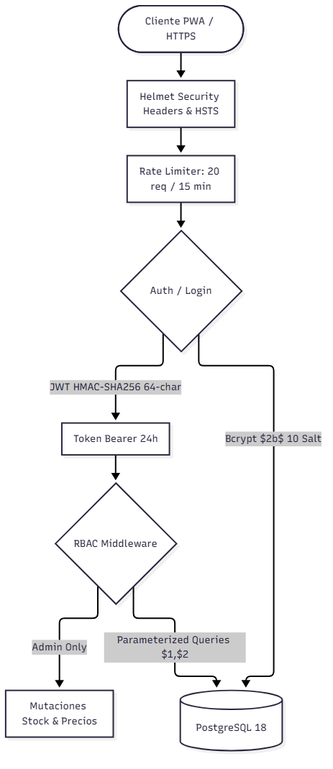
The Mermaid diagram docs/gestion_academica/presentaciones/assets/security_owasp.png in Leofit-Solutions-Grupo01/leofit-pedidos-sistema, before a commit. Its source is kept beside it as docs/gestion_academica/presentaciones/assets/security_owasp.mmd. Its diagram source:
```mermaid
graph TD
    Client([Cliente PWA / HTTPS]) --> Helmet[Helmet Security Headers & HSTS]
    Helmet --> RateLimit[Rate Limiter: 20 req / 15 min]
    RateLimit --> Auth{Auth / Login}
    Auth -->|Bcrypt $2b$ 10 Salt| DB[(PostgreSQL 18)]
    Auth -->|JWT HMAC-SHA256 64-char| Session[Token Bearer 24h]
    Session --> RBAC{RBAC Middleware}
    RBAC -->|Admin Only| Endpoints[Mutaciones Stock & Precios]
    RBAC -->|Parameterized Queries $1,$2| DB
```
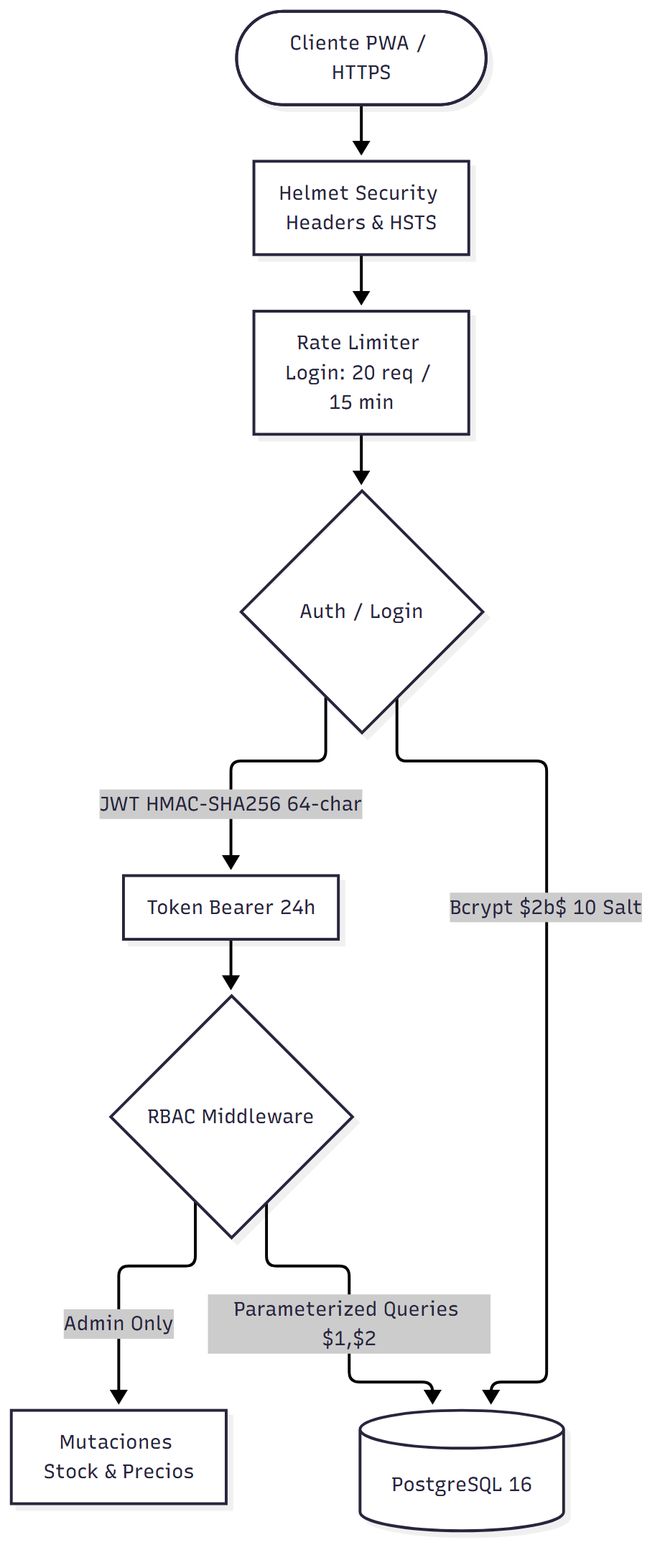
Above is the later version.

The edit, as a diff of the source:
```diff
@@ -1,8 +1,8 @@
 graph TD
     Client([Cliente PWA / HTTPS]) --> Helmet[Helmet Security Headers & HSTS]
-    Helmet --> RateLimit[Rate Limiter: 20 req / 15 min]
+    Helmet --> RateLimit[Rate Limiter Login: 20 req / 15 min]
     RateLimit --> Auth{Auth / Login}
-    Auth -->|Bcrypt $2b$ 10 Salt| DB[(PostgreSQL 18)]
+    Auth -->|Bcrypt $2b$ 10 Salt| DB[(PostgreSQL 16)]
     Auth -->|JWT HMAC-SHA256 64-char| Session[Token Bearer 24h]
     Session --> RBAC{RBAC Middleware}
     RBAC -->|Admin Only| Endpoints[Mutaciones Stock & Precios]
```
